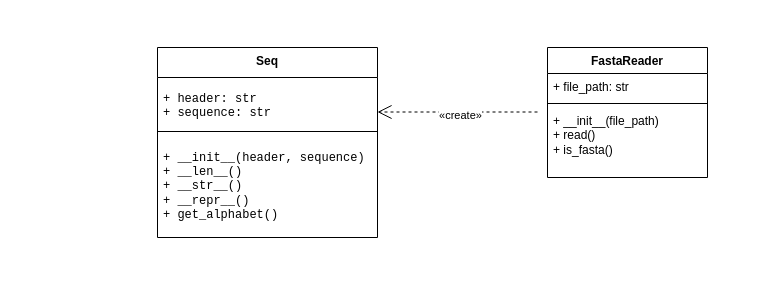
Above: uml.drawio in anya-karpova/fasta-reader (draw.io), before the change. Source tidied: cells renumbered, new cells numbered last; positions are measured from the earlier drawing's top-left corner, leaving out a move shared by most shapes. Both pictures are drawn from the tidied source at 100%, with x=0, y=0 at pixel (157, 47).
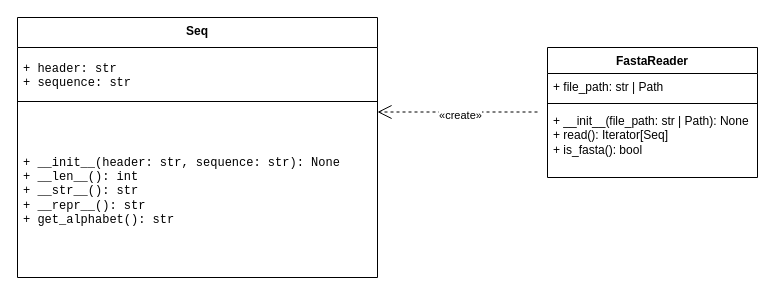
After the change.

Commit message (it also covers changes not shown here):
Improve UML class diagram specification

The edit, as a diff of the source:
```diff
@@
 <mxGraphModel>
   <root>
     <mxCell id="0" />
     <mxCell id="1" parent="0" />
     <mxCell id="2" value="Seq" style="swimlane;fontStyle=1;align=center;verticalAlign=top;horizontal=1;startSize=30;whiteSpace=wrap;html=1;" parent="1" vertex="1">
-      <mxGeometry width="220" height="190" as="geometry" />
+      <mxGeometry x="-140" y="-30" width="360" height="260" as="geometry" />
     </mxCell>
     <mxCell id="3" value="&lt;pre dir=&quot;ltr&quot;&gt;&lt;code&gt;+ header: str&lt;br/&gt;+ sequence: str&lt;/code&gt;&lt;/pre&gt;" style="text;strokeColor=none;fillColor=none;align=left;verticalAlign=middle;spacingLeft=4;spacingRight=4;overflow=hidden;whiteSpace=wrap;html=1;horizontal=1;" parent="2" vertex="1">
-      <mxGeometry y="30" width="220" height="50" as="geometry" />
+      <mxGeometry y="30" width="360" height="50" as="geometry" />
     </mxCell>
     <mxCell id="4" style="line;strokeWidth=1;fillColor=none;align=left;verticalAlign=middle;spacingTop=-1;spacingLeft=3;spacingRight=3;labelPosition=right;strokeColor=inherit;" parent="2" vertex="1">
-      <mxGeometry y="80" width="220" height="8" as="geometry" />
+      <mxGeometry y="80" width="360" height="8" as="geometry" />
     </mxCell>
-    <mxCell id="5" value="&lt;div&gt;&lt;pre dir=&quot;ltr&quot;&gt;&lt;code&gt;+ __init__(header, sequence)&lt;br/&gt;+ __len__()&lt;br/&gt;+ __str__()&lt;br/&gt;+ __repr__()&lt;br/&gt;+ get_alphabet()&lt;/code&gt;&lt;/pre&gt;&lt;/div&gt;&lt;p&gt;&lt;/p&gt;" style="text;strokeColor=none;fillColor=none;align=left;verticalAlign=middle;spacingLeft=4;spacingRight=4;overflow=hidden;whiteSpace=wrap;html=1;" parent="2" vertex="1">
-      <mxGeometry y="88" width="220" height="102" as="geometry" />
+    <mxCell id="5" value="&lt;div&gt;&lt;pre dir=&quot;ltr&quot;&gt;+ __init__(header: str, sequence: str): None&lt;br/&gt;+ __len__(): int&lt;br/&gt;+ __str__(): str&lt;br/&gt;+ __repr__(): str&lt;br/&gt;+ get_alphabet(): str&lt;/pre&gt;&lt;/div&gt;&lt;p&gt;&lt;/p&gt;" style="text;strokeColor=none;fillColor=none;align=left;verticalAlign=middle;spacingLeft=4;spacingRight=4;overflow=hidden;whiteSpace=wrap;html=1;" parent="2" vertex="1">
+      <mxGeometry y="88" width="360" height="172" as="geometry" />
     </mxCell>
     <mxCell id="6" value="FastaReader" style="swimlane;fontStyle=1;align=center;verticalAlign=top;horizontal=1;startSize=26;whiteSpace=wrap;html=1;" parent="1" vertex="1">
-      <mxGeometry x="390" width="160" height="130" as="geometry" />
+      <mxGeometry x="390" width="210" height="130" as="geometry" />
     </mxCell>
-    <mxCell id="7" value="+ file_path: str" style="text;strokeColor=none;fillColor=none;align=left;verticalAlign=top;spacingLeft=4;spacingRight=4;overflow=hidden;whiteSpace=wrap;html=1;" parent="6" vertex="1">
-      <mxGeometry y="26" width="160" height="26" as="geometry" />
+    <mxCell id="7" value="+ file_path: str | Path" style="text;strokeColor=none;fillColor=none;align=left;verticalAlign=top;spacingLeft=4;spacingRight=4;overflow=hidden;whiteSpace=wrap;html=1;" parent="6" vertex="1">
+      <mxGeometry y="26" width="210" height="26" as="geometry" />
     </mxCell>
     <mxCell id="8" style="line;strokeWidth=1;fillColor=none;align=left;verticalAlign=middle;spacingTop=-1;spacingLeft=3;spacingRight=3;labelPosition=right;strokeColor=inherit;" parent="6" vertex="1">
-      <mxGeometry y="52" width="160" height="8" as="geometry" />
+      <mxGeometry y="52" width="210" height="8" as="geometry" />
     </mxCell>
-    <mxCell id="9" value="&lt;div&gt;+ __init__(file_path)&lt;/div&gt;&lt;div&gt;+ read()&lt;/div&gt;&lt;div&gt;+ is_fasta()&lt;/div&gt;" style="text;strokeColor=none;fillColor=none;align=left;verticalAlign=top;spacingLeft=4;spacingRight=4;overflow=hidden;whiteSpace=wrap;html=1;" parent="6" vertex="1">
-      <mxGeometry y="60" width="160" height="70" as="geometry" />
+    <mxCell id="9" value="&lt;div&gt;+ __init__(file_path: str | Path): None&lt;/div&gt;&lt;div&gt;+ read(): Iterator[Seq]&lt;/div&gt;&lt;div&gt;+ is_fasta(): bool&lt;/div&gt;" style="text;strokeColor=none;fillColor=none;align=left;verticalAlign=top;spacingLeft=4;spacingRight=4;overflow=hidden;whiteSpace=wrap;html=1;" parent="6" vertex="1">
+      <mxGeometry y="60" width="210" height="70" as="geometry" />
     </mxCell>
     <mxCell id="10" style="endArrow=open;endFill=1;endSize=12;html=1;rounded=0;textDirection=rtl;dashed=1;" parent="1" edge="1">
       <mxGeometry relative="1" as="geometry">
         <mxPoint x="380" y="64.5" as="sourcePoint" />
         <mxPoint x="220" y="64.5" as="targetPoint" />
       </mxGeometry>
     </mxCell>
     <mxCell id="11" value="«create»" style="edgeLabel;html=1;align=center;verticalAlign=middle;" parent="10" vertex="1">
       <mxGeometry x="-0.02" y="2" relative="1" as="geometry">
         <mxPoint y="1" as="offset" />
       </mxGeometry>
     </mxCell>
   </root>
 </mxGraphModel>
```
